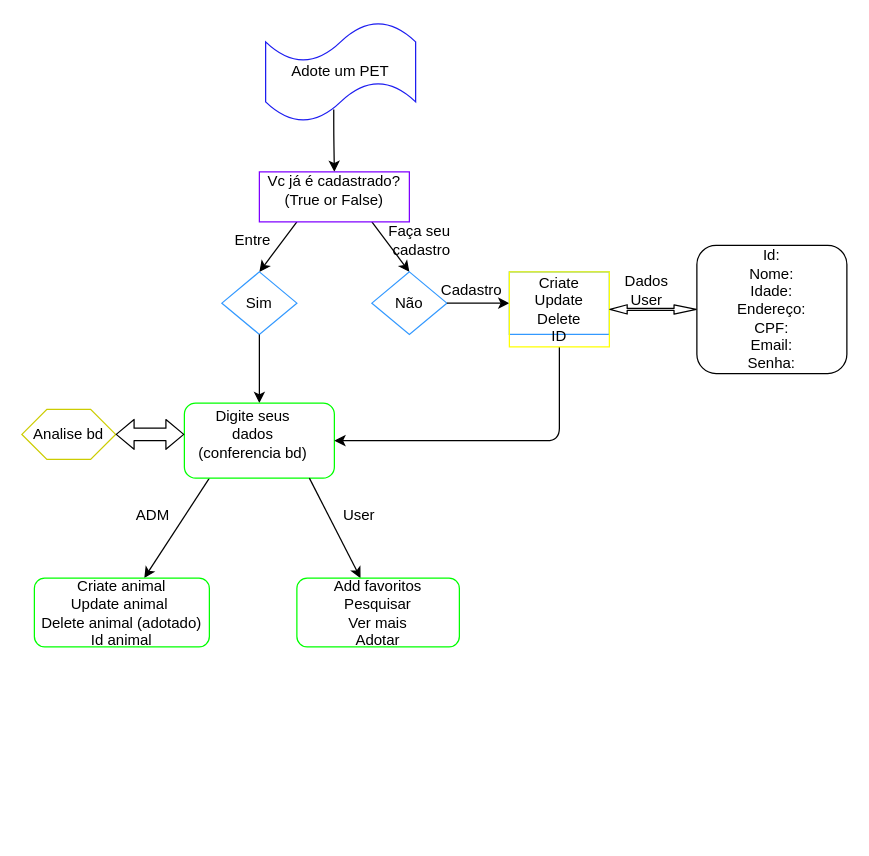
This is fluxograma.drawio from LucasSSDK/cadastro-news, a draw.io file, before an edit. Source tidied: cells renumbered, new cells numbered last; positions are measured from the earlier drawing's top-left corner, leaving out a move shared by most shapes. Both pictures are drawn from the tidied source at 125%, with x=0, y=0 at pixel (21, 21).
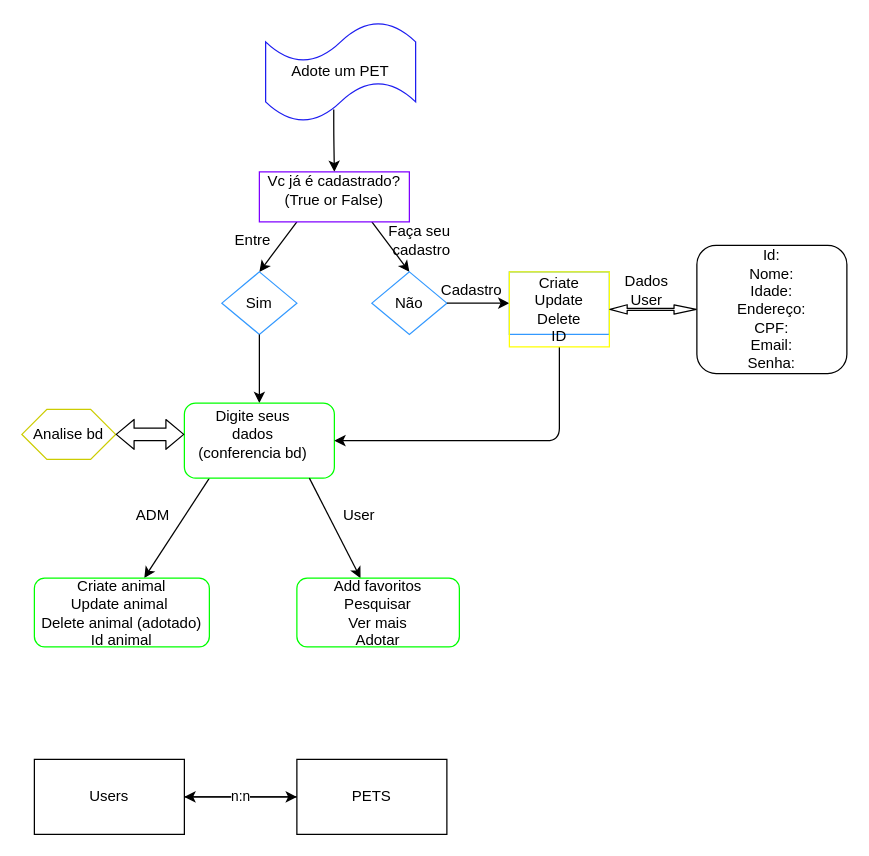
The same page after the edit.

Change to the diagram source:
```diff
@@
+    <mxCell id="34" style="edgeStyle=none;html=1;entryX=0;entryY=0.5;entryDx=0;entryDy=0;" parent="1" edge="1" source="35" target="37">
+      <mxGeometry relative="1" as="geometry" />
+    </mxCell>
+    <mxCell id="35" value="Users" style="rounded=0;whiteSpace=wrap;html=1;" parent="1" vertex="1">
+      <mxGeometry x="10" y="590" width="120" height="60" as="geometry" />
+    </mxCell>
+    <mxCell id="36" value="n:n" style="edgeStyle=none;html=1;entryX=1;entryY=0.5;entryDx=0;entryDy=0;" parent="1" edge="1" source="37" target="35">
+      <mxGeometry relative="1" as="geometry" />
+    </mxCell>
+    <mxCell id="37" value="PETS" style="rounded=0;whiteSpace=wrap;html=1;" parent="1" vertex="1">
+      <mxGeometry x="220" y="590" width="120" height="60" as="geometry" />
+    </mxCell>
```
